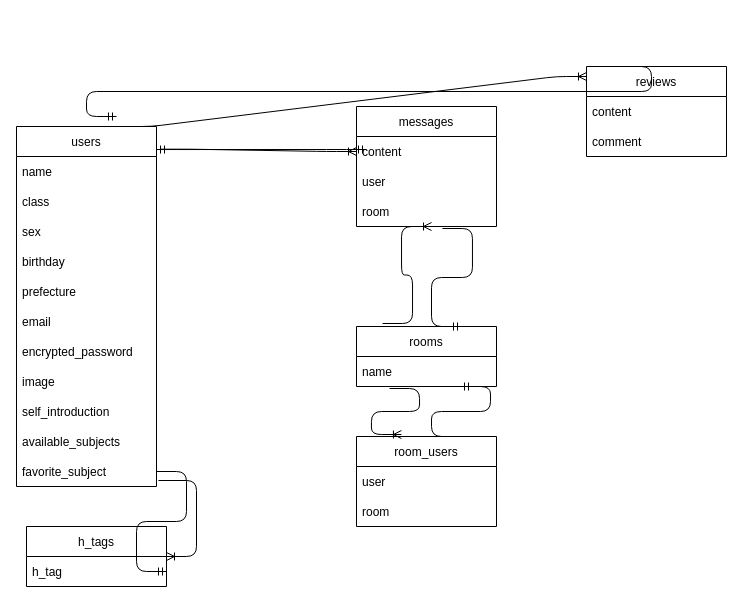
kazukiti123/Edupace keeps this draw.io diagram as ER.dio. Above is the earlier version. Source tidied: cells renumbered, new cells numbered last; positions are measured from the earlier drawing's top-left corner, leaving out a move shared by most shapes. Both pictures are drawn from the tidied source at 100%, with x=0, y=0 at pixel (16, 66).
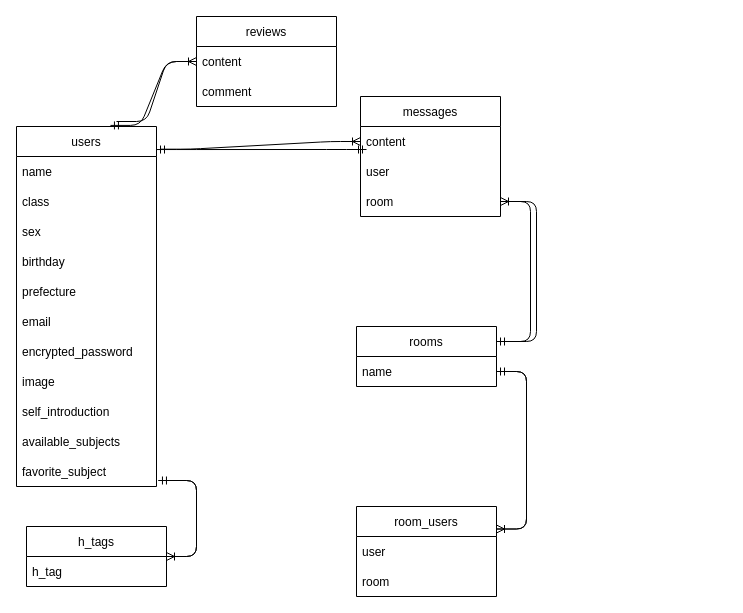
Above is the later version.

The change refers to these unchanged cells:
```xml
<mxCell id="2" value="users" style="swimlane;fontStyle=0;horizontal=1;startSize=30;" parent="1" vertex="1">
  <mxGeometry y="60" width="140" height="360" as="geometry" />
</mxCell>
<mxCell id="13" value="favorite_subject" style="text;strokeColor=none;fillColor=none;align=left;verticalAlign=middle;spacingLeft=4;spacingRight=4;overflow=hidden;points=[[0,0.5],[1,0.5]];portConstraint=eastwest;" parent="2" vertex="1">
  <mxGeometry y="330" width="140" height="30" as="geometry" />
</mxCell>
<mxCell id="15" value="h_tag" style="text;strokeColor=none;fillColor=none;align=left;verticalAlign=middle;spacingLeft=4;spacingRight=4;overflow=hidden;points=[[0,0.5],[1,0.5]];portConstraint=eastwest;" parent="14" vertex="1">
  <mxGeometry y="30" width="140" height="30" as="geometry" />
</mxCell>
<mxCell id="17" value="content" style="text;strokeColor=none;fillColor=none;align=left;verticalAlign=middle;spacingLeft=4;spacingRight=4;overflow=hidden;points=[[0,0.5],[1,0.5]];portConstraint=eastwest;" parent="16" vertex="1">
  <mxGeometry y="30" width="140" height="30" as="geometry" />
</mxCell>
<mxCell id="22" value="room" style="text;strokeColor=none;fillColor=none;align=left;verticalAlign=middle;spacingLeft=4;spacingRight=4;overflow=hidden;points=[[0,0.5],[1,0.5]];portConstraint=eastwest;" parent="19" vertex="1">
  <mxGeometry y="90" width="140" height="30" as="geometry" />
</mxCell>
<mxCell id="23" value="rooms" style="swimlane;fontStyle=0;horizontal=1;startSize=30;" parent="1" vertex="1">
  <mxGeometry x="340" y="260" width="140" height="60" as="geometry" />
</mxCell>
<mxCell id="24" value="name" style="text;strokeColor=none;fillColor=none;align=left;verticalAlign=middle;spacingLeft=4;spacingRight=4;overflow=hidden;points=[[0,0.5],[1,0.5]];portConstraint=eastwest;" parent="23" vertex="1">
  <mxGeometry y="30" width="140" height="30" as="geometry" />
</mxCell>
```

Change to the diagram source:
```diff
@@
     <mxCell id="16" value="reviews" style="swimlane;fontStyle=0;horizontal=1;startSize=30;" parent="1" vertex="1">
-      <mxGeometry x="570" width="140" height="90" as="geometry" />
+      <mxGeometry x="180" y="-50" width="140" height="90" as="geometry" />
     </mxCell>
@@
     <mxCell id="19" value="messages" style="swimlane;fontStyle=0;horizontal=1;startSize=30;" parent="1" vertex="1">
-      <mxGeometry x="340" y="40" width="140" height="120" as="geometry" />
+      <mxGeometry x="344" y="30" width="140" height="120" as="geometry" />
     </mxCell>
@@
     <mxCell id="25" value="room_users" style="swimlane;fontStyle=0;horizontal=1;startSize=30;" parent="1" vertex="1">
-      <mxGeometry x="340" y="370" width="140" height="90" as="geometry" />
+      <mxGeometry x="340" y="440" width="140" height="90" as="geometry" />
     </mxCell>
@@
-    <mxCell id="31" style="edgeStyle=entityRelationEdgeStyle;fontSize=12;html=1;endArrow=ERmandOne;exitX=1;exitY=0.5;exitDx=0;exitDy=0;entryX=1;entryY=0.5;entryDx=0;entryDy=0;" parent="1" edge="1" source="13" target="15">
-      <mxGeometry relative="1" as="geometry" />
-    </mxCell>
-    <mxCell id="32" style="edgeStyle=entityRelationEdgeStyle;fontSize=12;html=1;endArrow=ERoneToMany;exitX=0.236;exitY=1.067;exitDx=0;exitDy=0;exitPerimeter=0;entryX=0.321;entryY=-0.022;entryDx=0;entryDy=0;entryPerimeter=0;" parent="1" edge="1" source="24" target="25">
-      <mxGeometry relative="1" as="geometry" />
+    <mxCell id="32" style="edgeStyle=entityRelationEdgeStyle;fontSize=12;html=1;endArrow=ERoneToMany;entryX=1;entryY=0.25;entryDx=0;entryDy=0;" parent="1" edge="1" target="25">
+      <mxGeometry relative="1" as="geometry">
+        <mxPoint x="480" y="305" as="sourcePoint" />
+      </mxGeometry>
     </mxCell>
-    <mxCell id="33" style="edgeStyle=entityRelationEdgeStyle;fontSize=12;html=1;endArrow=ERoneToMany;exitX=0.186;exitY=-0.05;exitDx=0;exitDy=0;exitPerimeter=0;entryX=0.536;entryY=1;entryDx=0;entryDy=0;entryPerimeter=0;" parent="1" edge="1" source="23" target="22">
+    <mxCell id="33" style="edgeStyle=entityRelationEdgeStyle;fontSize=12;html=1;endArrow=ERoneToMany;exitX=1;exitY=0.25;exitDx=0;exitDy=0;" parent="1" edge="1" source="23" target="22">
       <mxGeometry relative="1" as="geometry" />
     </mxCell>
-    <mxCell id="34" style="edgeStyle=entityRelationEdgeStyle;fontSize=12;html=1;endArrow=ERmandOne;entryX=0.75;entryY=0;entryDx=0;entryDy=0;exitX=0.614;exitY=1.067;exitDx=0;exitDy=0;exitPerimeter=0;" parent="1" edge="1" source="22" target="23">
-      <mxGeometry relative="1" as="geometry" />
+    <mxCell id="34" style="edgeStyle=entityRelationEdgeStyle;fontSize=12;html=1;endArrow=ERmandOne;entryX=1;entryY=0.25;entryDx=0;entryDy=0;" parent="1" edge="1" target="23">
+      <mxGeometry relative="1" as="geometry">
+        <mxPoint x="490" y="135" as="sourcePoint" />
+      </mxGeometry>
     </mxCell>
-    <mxCell id="35" style="edgeStyle=entityRelationEdgeStyle;fontSize=12;html=1;endArrow=ERmandOne;entryX=0.743;entryY=1;entryDx=0;entryDy=0;entryPerimeter=0;exitX=0.75;exitY=0;exitDx=0;exitDy=0;" parent="1" edge="1" source="25" target="24">
+    <mxCell id="35" style="edgeStyle=entityRelationEdgeStyle;fontSize=12;html=1;endArrow=ERmandOne;exitX=1;exitY=0.25;exitDx=0;exitDy=0;" parent="1" edge="1" source="25" target="24">
       <mxGeometry relative="1" as="geometry" />
     </mxCell>
-    <mxCell id="36" style="edgeStyle=entityRelationEdgeStyle;fontSize=12;html=1;endArrow=ERoneToMany;exitX=0.75;exitY=0;exitDx=0;exitDy=0;" parent="1" edge="1" source="2">
+    <mxCell id="36" style="edgeStyle=entityRelationEdgeStyle;fontSize=12;html=1;endArrow=ERoneToMany;entryX=0;entryY=0.5;entryDx=0;entryDy=0;" parent="1" edge="1" target="17">
       <mxGeometry relative="1" as="geometry">
-        <mxPoint x="570" y="10" as="targetPoint" />
+        <mxPoint x="100" y="55" as="sourcePoint" />
       </mxGeometry>
     </mxCell>
-    <mxCell id="37" style="edgeStyle=entityRelationEdgeStyle;fontSize=12;html=1;endArrow=ERmandOne;exitX=0.25;exitY=0;exitDx=0;exitDy=0;" parent="1" edge="1" source="16">
-      <mxGeometry relative="1" as="geometry">
-        <mxPoint x="100" y="50" as="targetPoint" />
-      </mxGeometry>
+    <mxCell id="37" style="edgeStyle=entityRelationEdgeStyle;fontSize=12;html=1;endArrow=ERmandOne;exitX=0;exitY=0.5;exitDx=0;exitDy=0;entryX=0.671;entryY=-0.003;entryDx=0;entryDy=0;entryPerimeter=0;" parent="1" edge="1" source="17" target="2">
+      <mxGeometry relative="1" as="geometry" />
     </mxCell>
+    <mxCell id="38" style="edgeStyle=entityRelationEdgeStyle;fontSize=12;html=1;endArrow=ERmandOne;entryX=1.014;entryY=0.8;entryDx=0;entryDy=0;entryPerimeter=0;" parent="1" edge="1" target="13">
+      <mxGeometry relative="1" as="geometry">
+        <mxPoint x="150" y="490" as="sourcePoint" />
+      </mxGeometry>
+    </mxCell>
```
